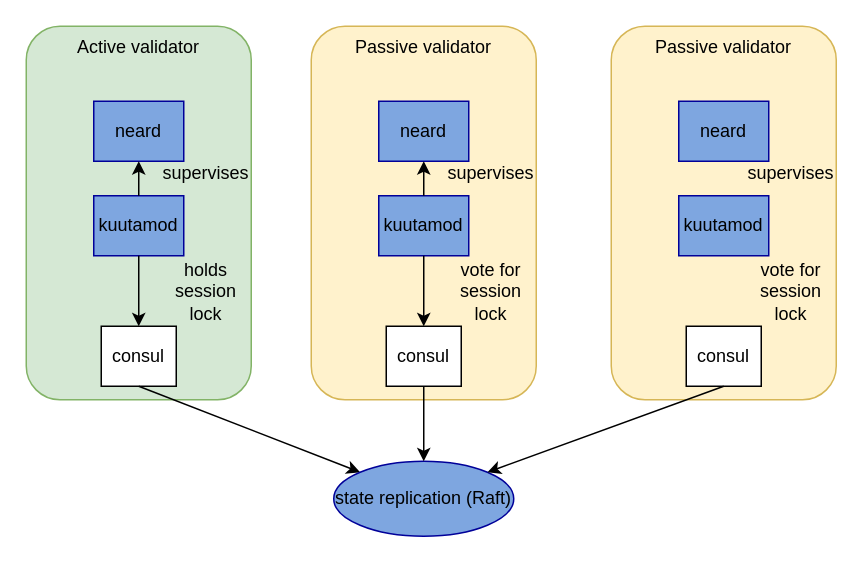
This is page "Page-1" (1 of 2) of docs/reference-architecture.drawio from yanganto/near-staking-knd, a draw.io file, before an edit. Source tidied: cells renumbered, new cells numbered last; positions are measured from the earlier drawing's top-left corner, leaving out a move shared by most shapes. Both pictures are drawn from the tidied source at 150%, with x=0, y=0 at pixel (26, 26).
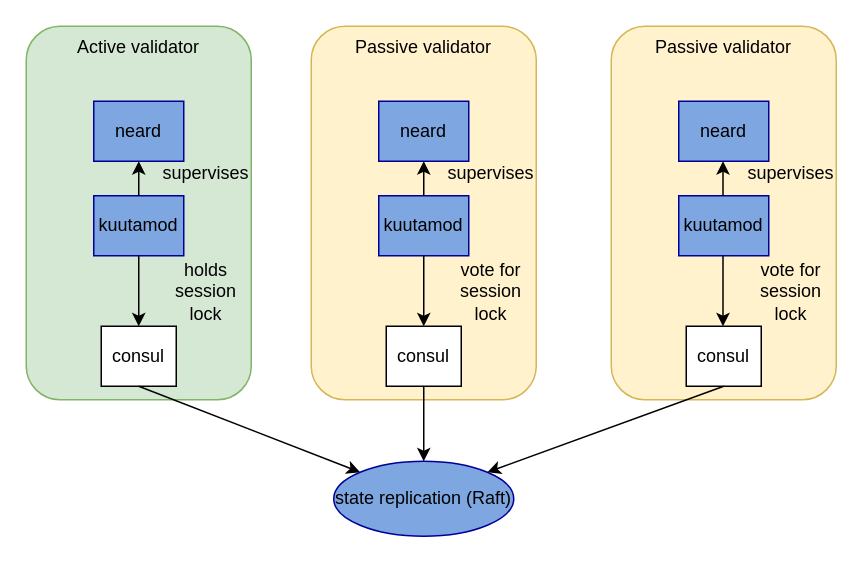
The same diagram, later.

Commit message (it also covers changes not shown here):
reference-architecture: fix missing errors

The edit, as a diff of the source:
```diff
@@
+    <mxCell id="28" style="endArrow=classic;html=1;rounded=0;exitX=0.5;exitY=1;exitDx=0;exitDy=0;entryX=0.5;entryY=0;entryDx=0;entryDy=0;" parent="1" edge="1">
+      <mxGeometry relative="1" as="geometry">
+        <mxPoint x="464.5" y="153" as="sourcePoint" />
+        <mxPoint x="464.5" y="200" as="targetPoint" />
+      </mxGeometry>
+    </mxCell>
+    <mxCell id="29" style="endArrow=classic;html=1;rounded=0;exitX=0.5;exitY=0;exitDx=0;exitDy=0;" parent="1" edge="1">
+      <mxGeometry relative="1" as="geometry">
+        <mxPoint x="464.5" y="113" as="sourcePoint" />
+        <mxPoint x="464.5" y="90" as="targetPoint" />
+      </mxGeometry>
+    </mxCell>
```
